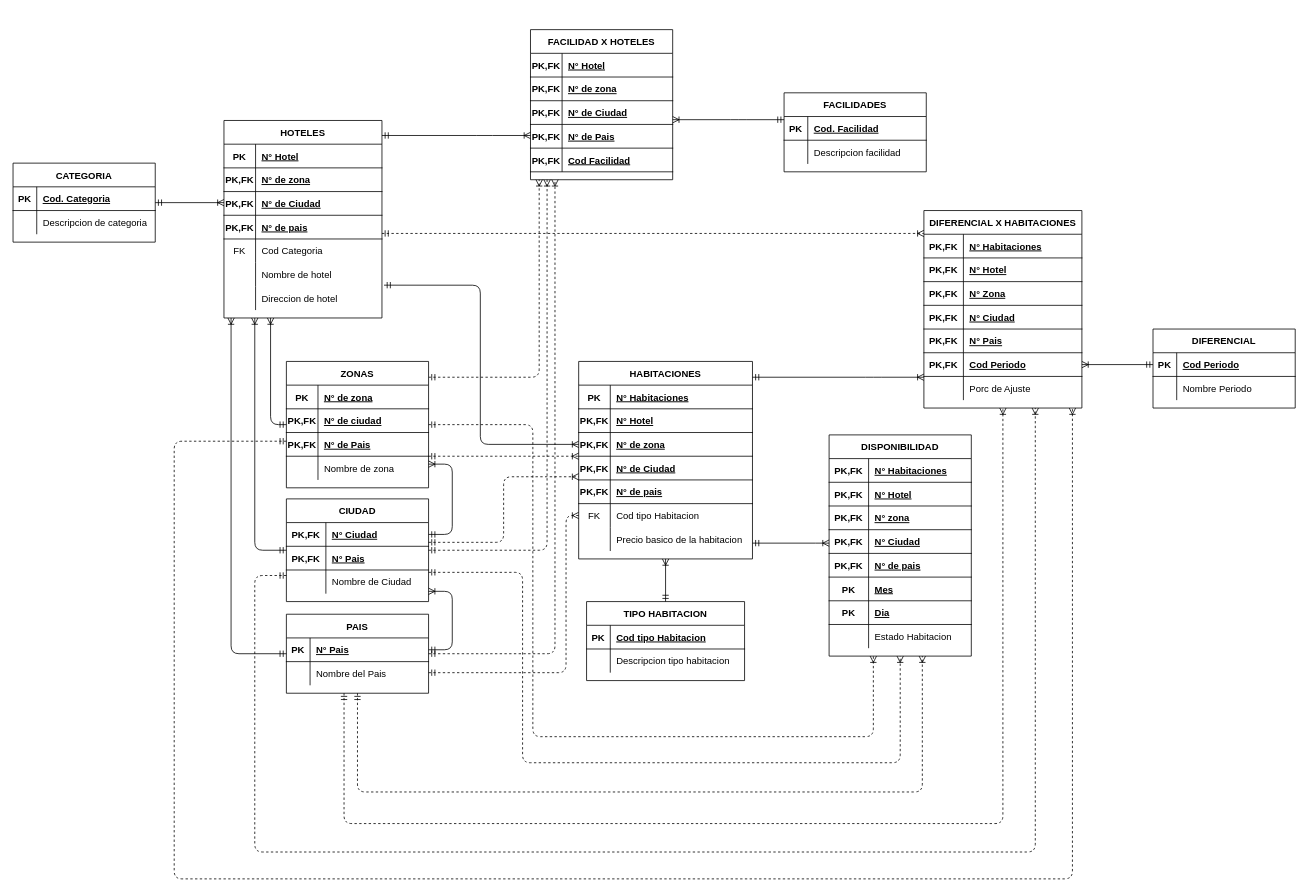
Above: TPII_Hoteles/DER_Puyelli_Hoteles.drawio in FedericoRocca/DyADDBB_1erCuatrimestre_2021 (draw.io), before the change. Source tidied: cells renumbered, new cells numbered last; positions are measured from the earlier drawing's top-left corner, leaving out a move shared by most shapes. Both pictures are drawn from the tidied source at 79%, with x=0, y=0 at pixel (13, 29).
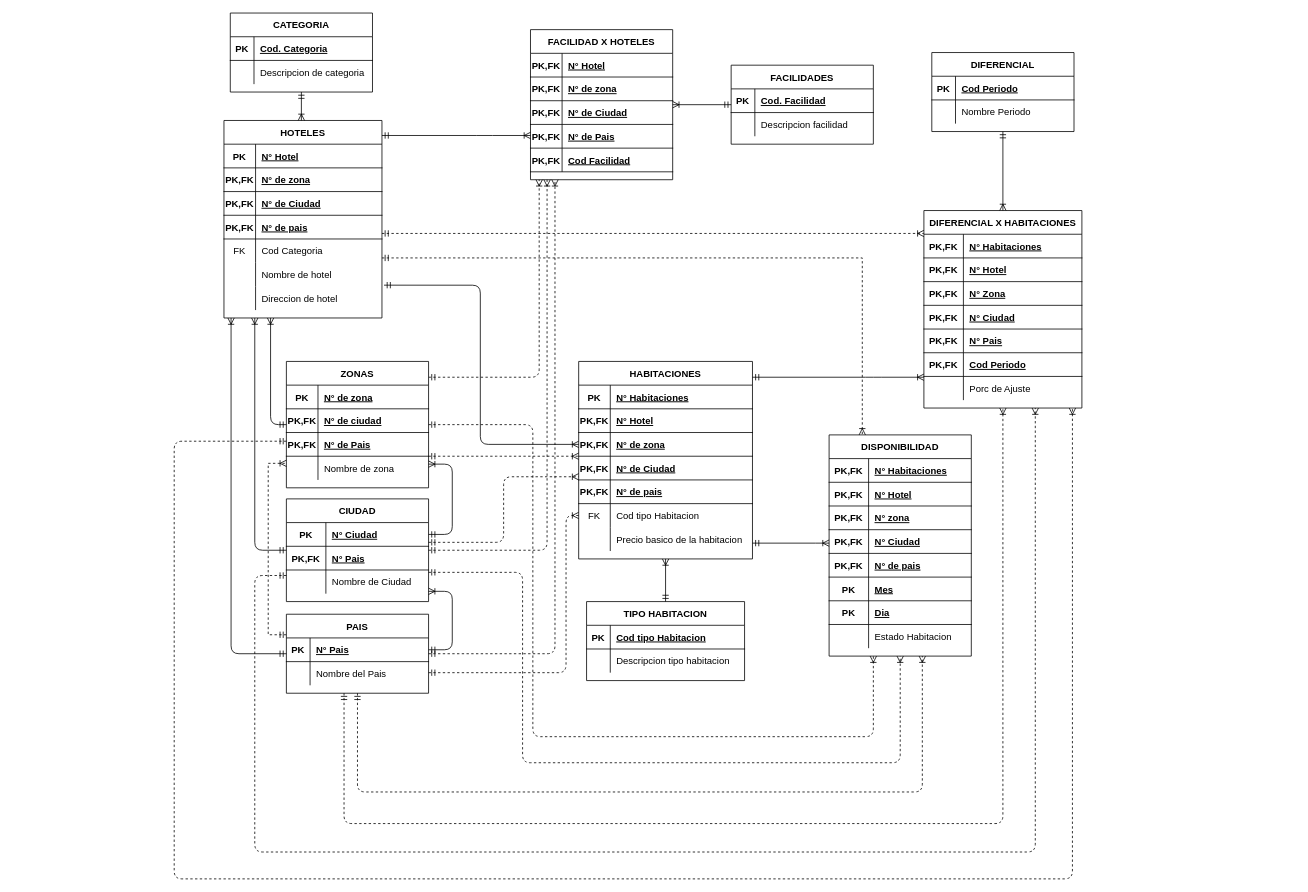
After the change.

Commit message:
agrego relaciones al DER y cambio orden de tablas

Unchanged cells that the change refers to:
```xml
<mxCell id="3" value="HOTELES" style="shape=table;startSize=30;childLayout=tableLayout;rowLines=0;fontStyle=1;align=center;" parent="1" vertex="1">
  <mxGeometry x="267" y="115" width="200" height="250" as="geometry" />
</mxCell>
<mxCell id="61" value="DISPONIBILIDAD" style="shape=table;startSize=30;childLayout=tableLayout;rowLines=0;fontStyle=1;align=center;" parent="1" vertex="1">
  <mxGeometry x="1033" y="513" width="180" height="280" as="geometry" />
</mxCell>
<mxCell id="87" style="shape=partialRectangle;fillColor=none;top=0;left=0;bottom=1;right=0;points=[[0,0.5],[1,0.5]];portConstraint=eastwest;" parent="86" vertex="1">
  <mxGeometry y="30" width="180" height="30" as="geometry" />
</mxCell>
<mxCell id="116" value="DIFERENCIAL X HABITACIONES" style="shape=table;startSize=30;childLayout=tableLayout;rowLines=0;fontStyle=1;align=center;" parent="1" vertex="1">
  <mxGeometry x="1153" y="229" width="200" height="250" as="geometry" />
</mxCell>
<mxCell id="132" style="shape=partialRectangle;fillColor=none;top=0;left=0;bottom=1;right=0;points=[[0,0.5],[1,0.5]];portConstraint=eastwest;" parent="116" vertex="1">
  <mxGeometry y="180" width="200" height="30" as="geometry" />
</mxCell>
<mxCell id="142" value="ZONAS" style="shape=table;startSize=30;childLayout=tableLayout;rowLines=0;fontStyle=1;align=center;" parent="1" vertex="1">
  <mxGeometry x="346" y="420" width="180" height="160" as="geometry" />
</mxCell>
<mxCell id="161" style="shape=partialRectangle;fillColor=none;top=0;left=0;bottom=1;right=0;points=[[0,0.5],[1,0.5]];portConstraint=eastwest;" parent="160" vertex="1">
  <mxGeometry y="30" width="180" height="30" as="geometry" />
</mxCell>
<mxCell id="175" value="PAIS" style="shape=table;startSize=30;childLayout=tableLayout;rowLines=0;fontStyle=1;align=center;" parent="1" vertex="1">
  <mxGeometry x="346" y="740" width="180" height="100" as="geometry" />
</mxCell>
```

The edit, as a diff of the source:
```diff
@@
-<mxGraphModel>
+<mxGraphModel background="#ffffff">
@@
+    <mxCell id="193" style="edgeStyle=orthogonalEdgeStyle;rounded=0;jettySize=auto;html=1;dashed=1;startArrow=ERmandOne;startFill=0;endArrow=ERoneToMany;endFill=0;" parent="1" edge="1" source="3" target="61">
+      <mxGeometry relative="1" as="geometry">
+        <Array as="points">
+          <mxPoint x="1075" y="289" />
+        </Array>
+      </mxGeometry>
+    </mxCell>
@@
     <mxCell id="25" value="CATEGORIA" style="shape=table;startSize=30;childLayout=tableLayout;rowLines=0;fontStyle=1;align=center;" parent="1" vertex="1">
-      <mxGeometry y="169" width="180" height="100" as="geometry" />
+      <mxGeometry x="275" y="-21" width="180" height="100" as="geometry" />
     </mxCell>
@@
     <mxCell id="86" value="DIFERENCIAL" style="shape=table;startSize=30;childLayout=tableLayout;rowLines=0;fontStyle=1;align=center;" parent="1" vertex="1">
-      <mxGeometry x="1443" y="379" width="180" height="100" as="geometry" />
+      <mxGeometry x="1163" y="29" width="180" height="100" as="geometry" />
     </mxCell>
@@
     <mxCell id="109" value="FACILIDADES" style="shape=table;startSize=30;childLayout=tableLayout;rowLines=0;fontStyle=1;align=center;" parent="1" vertex="1">
-      <mxGeometry x="976" y="80" width="180" height="100" as="geometry" />
+      <mxGeometry x="909" y="45" width="180" height="100" as="geometry" />
     </mxCell>
@@
-    <mxCell id="162" value="PK,FK" style="shape=partialRectangle;fillColor=none;top=0;left=0;bottom=0;right=0;fontStyle=1;overflow=hidden;" parent="161" vertex="1">
+    <mxCell id="162" value="PK" style="shape=partialRectangle;fillColor=none;top=0;left=0;bottom=0;right=0;fontStyle=1;overflow=hidden;" parent="161" vertex="1">
       <mxGeometry width="50" height="30" as="geometry" />
     </mxCell>
@@
+    <mxCell id="194" style="edgeStyle=orthogonalEdgeStyle;rounded=0;jettySize=auto;html=1;dashed=1;startArrow=ERmandOne;startFill=0;endArrow=ERoneToMany;endFill=0;" parent="1" edge="1" source="175" target="142">
+      <mxGeometry relative="1" as="geometry">
+        <Array as="points">
+          <mxPoint x="323" y="766" />
+          <mxPoint x="323" y="549" />
+        </Array>
+      </mxGeometry>
+    </mxCell>
@@
-    <mxCell id="186" style="edgeStyle=orthogonalEdgeStyle;fontSize=12;html=1;endArrow=ERoneToMany;startArrow=ERmandOne;entryX=1;entryY=0.5;entryDx=0;entryDy=0;exitX=0;exitY=0.5;exitDx=0;exitDy=0;rounded=1;" parent="1" edge="1" source="87" target="132">
+    <mxCell id="186" style="edgeStyle=orthogonalEdgeStyle;fontSize=12;html=1;endArrow=ERoneToMany;startArrow=ERmandOne;rounded=1;" parent="1" edge="1" source="86" target="116">
       <mxGeometry relative="1" as="geometry" />
     </mxCell>
```
